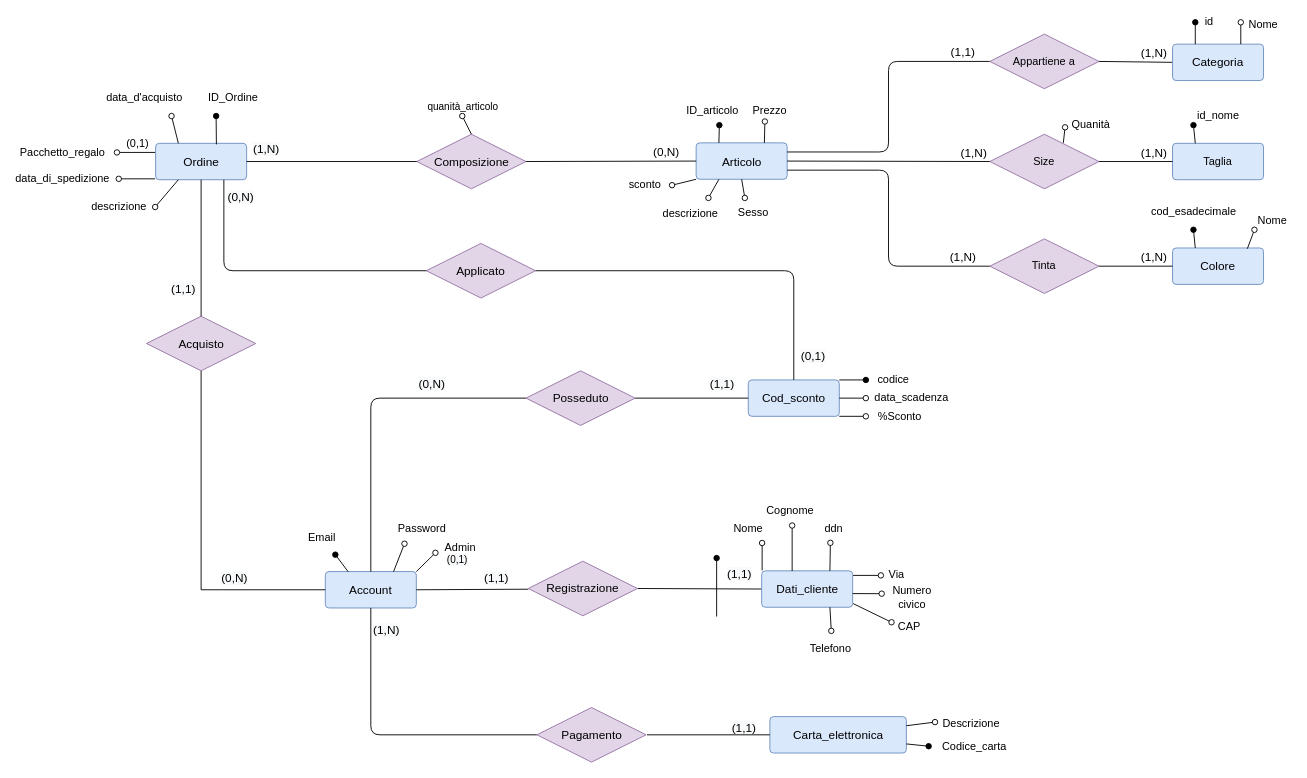
Alberto-00/Toj keeps this draw.io diagram as Database/Modello concettuale/modello concettuale.drawio. Above is the earlier version. Source tidied: cells renumbered, new cells numbered last; positions are measured from the earlier drawing's top-left corner, leaving out a move shared by most shapes. Both pictures are drawn from the tidied source at 91%, with x=0, y=0 at pixel (116, 15).
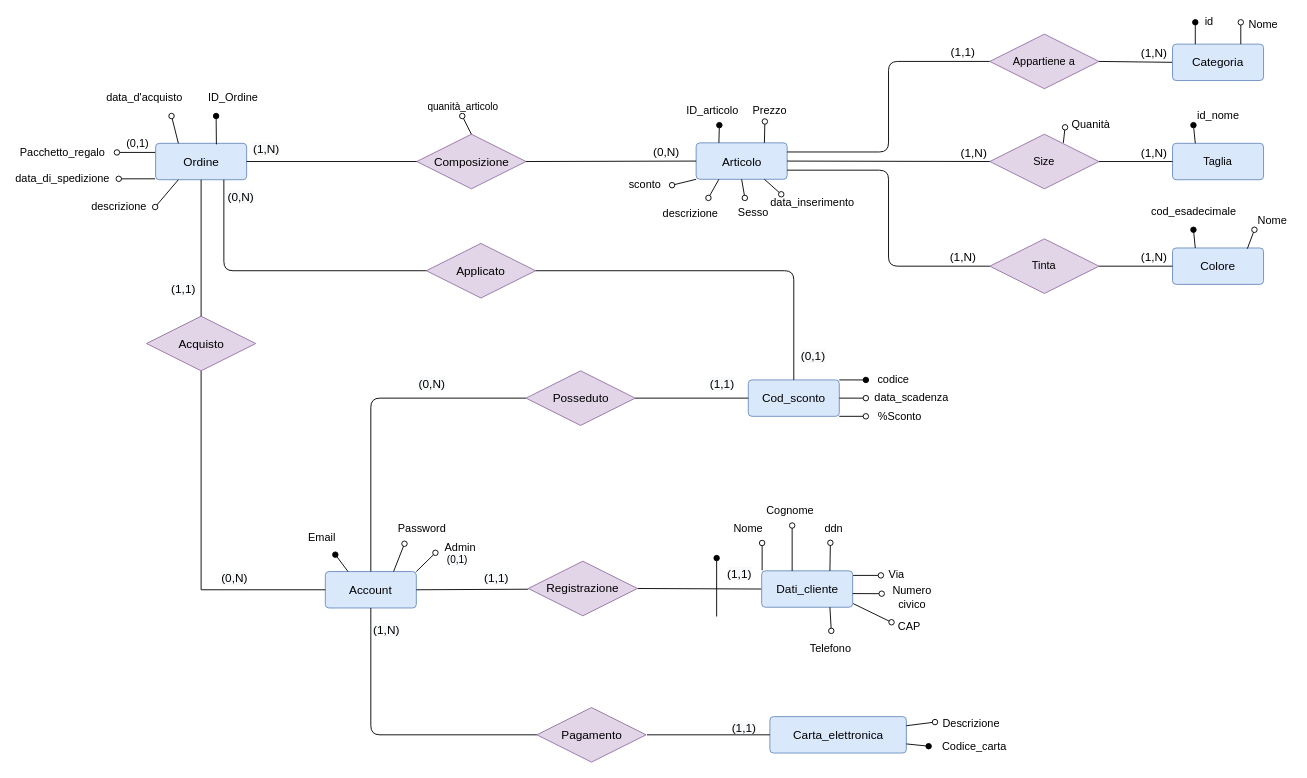
The same diagram, later.

Unchanged cells that the change refers to:
```xml
<mxCell id="2" value="&lt;font style=&quot;font-size: 13px&quot;&gt;Articolo&lt;/font&gt;" style="rounded=1;arcSize=10;whiteSpace=wrap;html=1;align=center;fillColor=#dae8fc;strokeColor=#6c8ebf;" parent="1" vertex="1">
  <mxGeometry x="636.5" y="139.5" width="100" height="40" as="geometry" />
</mxCell>
```

What changed in the source:
```diff
@@
+    <mxCell id="110" style="endArrow=none;html=1;entryX=0.75;entryY=1;entryDx=0;entryDy=0;startArrow=oval;startFill=0;" parent="1" edge="1" target="2">
+      <mxGeometry relative="1" as="geometry">
+        <mxPoint x="730" y="196" as="sourcePoint" />
+      </mxGeometry>
+    </mxCell>
+    <mxCell id="111" value="data_inserimento" style="text;html=1;align=center;verticalAlign=middle;" parent="1" vertex="1">
+      <mxGeometry x="708.5" y="195" width="110" height="20" as="geometry" />
+    </mxCell>
```
